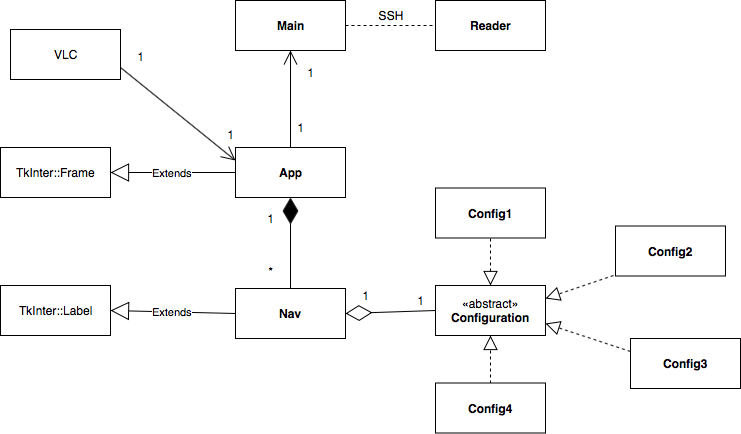
Before: final_diagram.png, a diagram exported from draw.io (koverman47/EGEN_310). Source tidied: cells renumbered, new cells last; positions are measured from the earlier drawing's top-left corner, leaving out a move shared by most shapes.
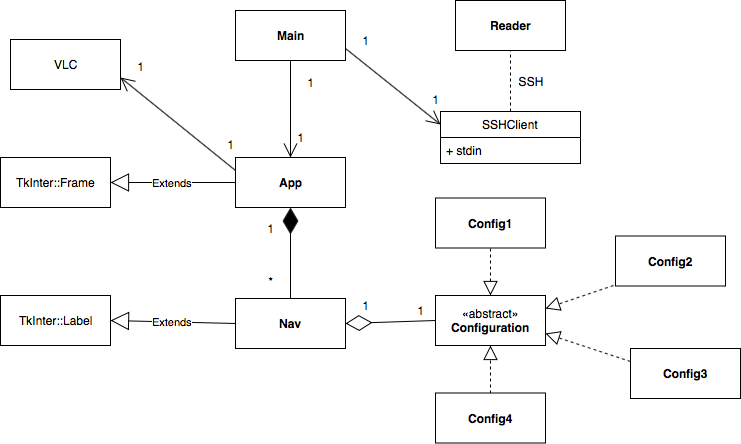
After the change.

What changed in the source:
```diff
@@ -35,19 +35,19 @@
     <mxCell id="12" style="endArrow=diamondThin;endFill=0;endSize=24;html=1;exitX=0;exitY=0.5;exitDx=0;exitDy=0;entryX=1;entryY=0.5;entryDx=0;entryDy=0;" parent="1" edge="1" source="4" target="33">
       <mxGeometry relative="1" as="geometry" />
     </mxCell>
-    <mxCell id="13" style="endArrow=open;endFill=1;endSize=12;html=1;exitX=0.5;exitY=0;exitDx=0;exitDy=0;entryX=0.5;entryY=1;entryDx=0;entryDy=0;" parent="1" edge="1" source="29" target="26">
+    <mxCell id="13" style="endArrow=open;endFill=1;endSize=12;html=1;exitX=0.5;exitY=1;exitDx=0;exitDy=0;entryX=0.5;entryY=0;entryDx=0;entryDy=0;" parent="1" edge="1" source="26" target="29">
       <mxGeometry relative="1" as="geometry" />
     </mxCell>
-    <mxCell id="14" style="endArrow=none;dashed=1;html=1;exitX=1;exitY=0.5;exitDx=0;exitDy=0;entryX=0;entryY=0.5;entryDx=0;entryDy=0;" parent="1" edge="1" source="26" target="27">
+    <mxCell id="14" style="endArrow=none;dashed=1;html=1;exitX=0.5;exitY=0;exitDx=0;exitDy=0;entryX=0.5;entryY=1;entryDx=0;entryDy=0;" parent="1" edge="1" source="34" target="27">
       <mxGeometry relative="1" as="geometry" />
     </mxCell>
     <mxCell id="15" value="SSH" style="text;html=1;strokeColor=none;fillColor=none;align=center;verticalAlign=middle;whiteSpace=wrap;rounded=0;" parent="1" vertex="1">
-      <mxGeometry x="370" y="5" width="40" height="20" as="geometry" />
+      <mxGeometry x="510" y="60.5" width="40" height="20" as="geometry" />
     </mxCell>
     <mxCell id="16" value="VLC" style="html=1;" parent="1" vertex="1">
       <mxGeometry x="10" y="29" width="110" height="50" as="geometry" />
     </mxCell>
-    <mxCell id="17" style="endArrow=open;endFill=1;endSize=12;html=1;exitX=1;exitY=0.75;exitDx=0;exitDy=0;entryX=0;entryY=0.25;entryDx=0;entryDy=0;" parent="1" edge="1" source="16" target="29">
+    <mxCell id="17" style="endArrow=open;endFill=1;endSize=12;html=1;entryX=1;entryY=0.75;entryDx=0;entryDy=0;exitX=0;exitY=0.25;exitDx=0;exitDy=0;" parent="1" edge="1" source="29" target="16">
       <mxGeometry relative="1" as="geometry" />
     </mxCell>
     <mxCell id="18" value="*" style="text;html=1;strokeColor=none;fillColor=none;align=center;verticalAlign=middle;whiteSpace=wrap;rounded=0;" parent="1" vertex="1">
@@ -78,7 +78,7 @@
       <mxGeometry x="235" width="110" height="50" as="geometry" />
     </mxCell>
     <mxCell id="27" value="Reader" style="html=1;fontStyle=1;" parent="1" vertex="1">
-      <mxGeometry x="435" width="110" height="50" as="geometry" />
+      <mxGeometry x="455" y="-10" width="110" height="50" as="geometry" />
     </mxCell>
     <mxCell id="28" value="Config1" style="html=1;fontStyle=1;" parent="1" vertex="1">
       <mxGeometry x="435" y="187.5" width="110" height="50" as="geometry" />
@@ -98,5 +98,20 @@
     <mxCell id="33" value="&lt;b&gt;Nav&lt;/b&gt;" style="html=1;" parent="1" vertex="1">
       <mxGeometry x="235" y="288" width="110" height="50" as="geometry" />
     </mxCell>
+    <mxCell id="34" value="SSHClient" style="swimlane;fontStyle=0;horizontal=1;startSize=26;fillColor=none;" parent="1" vertex="1">
+      <mxGeometry x="440" y="101" width="140" height="52" as="geometry" />
+    </mxCell>
+    <mxCell id="35" value="+ stdin" style="text;strokeColor=none;fillColor=none;align=left;verticalAlign=top;spacingLeft=4;spacingRight=4;overflow=hidden;" parent="34" vertex="1">
+      <mxGeometry y="26" width="140" height="26" as="geometry" />
+    </mxCell>
+    <mxCell id="36" style="endArrow=open;endFill=1;endSize=12;html=1;exitX=1;exitY=0.75;exitDx=0;exitDy=0;entryX=0;entryY=0.25;entryDx=0;entryDy=0;" parent="1" edge="1" source="26" target="34">
+      <mxGeometry relative="1" as="geometry" />
+    </mxCell>
+    <mxCell id="37" value="1" style="text;html=1;strokeColor=none;fillColor=none;align=center;verticalAlign=middle;whiteSpace=wrap;rounded=0;" parent="1" vertex="1">
+      <mxGeometry x="345" y="20" width="40" height="20" as="geometry" />
+    </mxCell>
+    <mxCell id="38" value="1" style="text;html=1;strokeColor=none;fillColor=none;align=center;verticalAlign=middle;whiteSpace=wrap;rounded=0;" parent="1" vertex="1">
+      <mxGeometry x="415" y="79" width="40" height="20" as="geometry" />
+    </mxCell>
   </root>
 </mxGraphModel>
```
